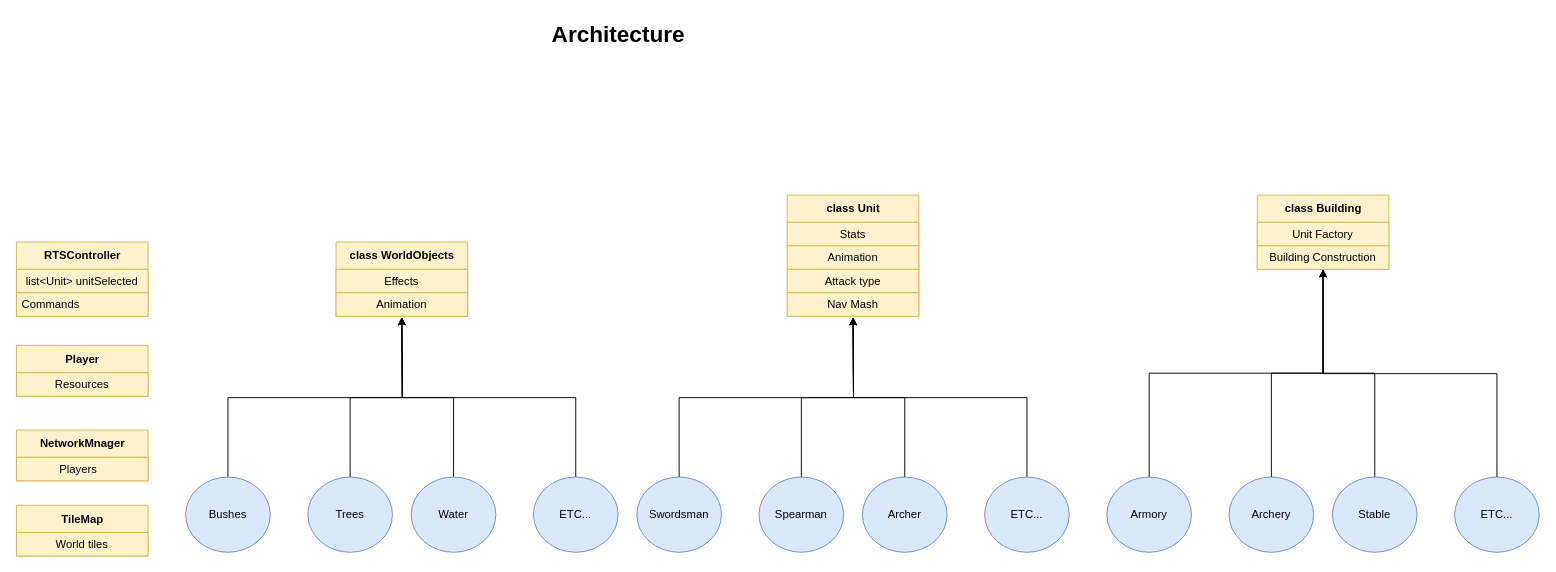
Earlier version of the draw.io diagram דוחות/דיאגרמות/Architecture Diagram.drawio (eliacharfe/Assemble-Z-Army). Source tidied: cells renumbered, new cells numbered last; positions are measured from the earlier drawing's top-left corner, leaving out a move shared by most shapes. Both pictures are drawn from the tidied source at 94%, with x=0, y=0 at pixel (16, 16).
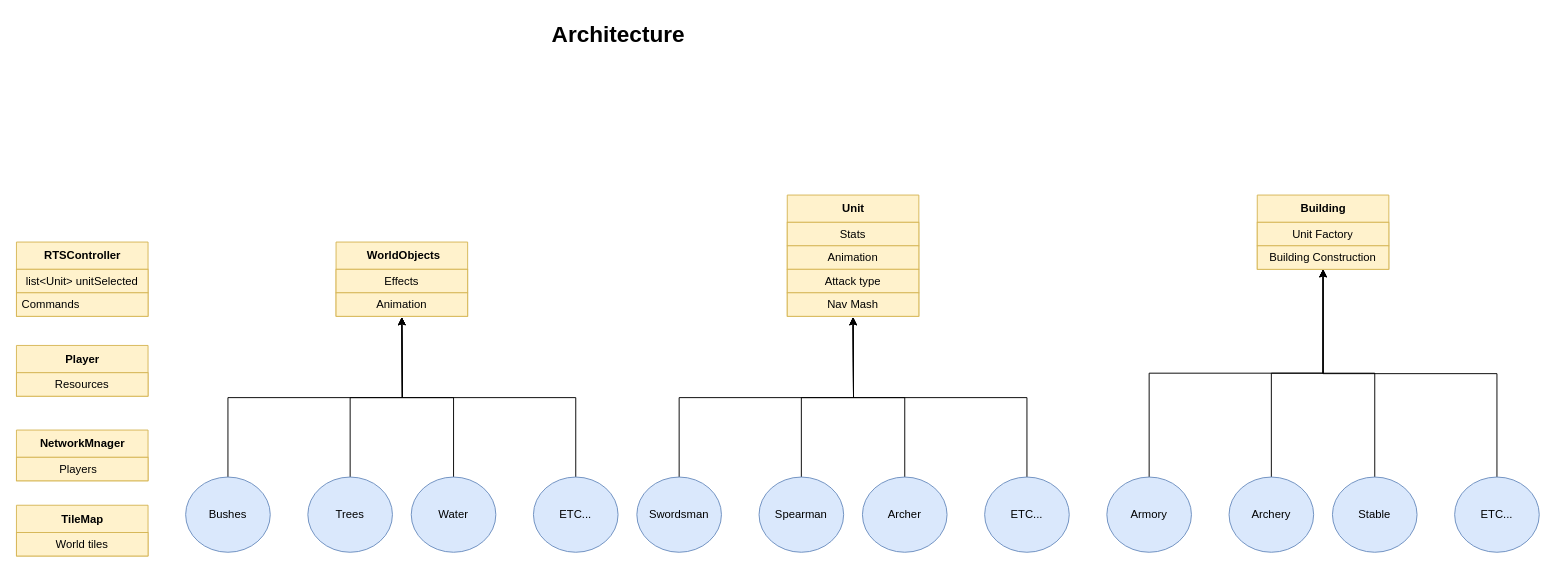
The same diagram, later.

Diff of the diagram source:
```diff
@@
-    <mxCell id="18" value="class Unit" style="swimlane;fontStyle=1;align=center;verticalAlign=middle;horizontal=1;startSize=29;html=1;fillColor=#fff2cc;strokeColor=#d6b656;" parent="1" vertex="1">
+    <mxCell id="18" value="Unit" style="swimlane;fontStyle=1;align=center;verticalAlign=middle;horizontal=1;startSize=29;html=1;fillColor=#fff2cc;strokeColor=#d6b656;" parent="1" vertex="1">
       <mxGeometry x="820" y="190" width="140" height="129" as="geometry" />
     </mxCell>
@@
-    <mxCell id="23" value="class Building" style="swimlane;fontStyle=1;align=center;verticalAlign=middle;horizontal=1;startSize=29;html=1;fillColor=#fff2cc;strokeColor=#d6b656;" parent="1" vertex="1">
+    <mxCell id="23" value="Building" style="swimlane;fontStyle=1;align=center;verticalAlign=middle;horizontal=1;startSize=29;html=1;fillColor=#fff2cc;strokeColor=#d6b656;" parent="1" vertex="1">
       <mxGeometry x="1320" y="190" width="140" height="79" as="geometry" />
     </mxCell>
@@
-    <mxCell id="40" value="class WorldObjects" style="swimlane;fontStyle=1;align=center;verticalAlign=middle;horizontal=1;startSize=29;html=1;fillColor=#fff2cc;strokeColor=#d6b656;" parent="1" vertex="1">
+    <mxCell id="40" value="&amp;nbsp;WorldObjects" style="swimlane;fontStyle=1;align=center;verticalAlign=middle;horizontal=1;startSize=29;html=1;fillColor=#fff2cc;strokeColor=#d6b656;" parent="1" vertex="1">
       <mxGeometry x="340" y="240" width="140" height="79" as="geometry" />
     </mxCell>
```
